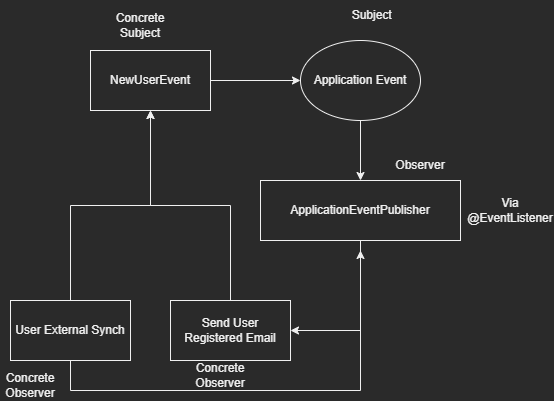
Before: ObserverPattern.png, a diagram exported from draw.io (MathewBravo/spring_framework_analysis). Source tidied: cells renumbered, new cells last; positions are measured from the earlier drawing's top-left corner, leaving out a move shared by most shapes.
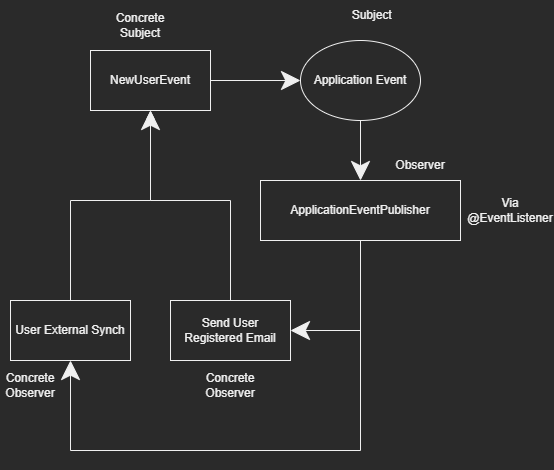
Above is the later version.

Change to the diagram source:
```diff
@@ -2,34 +2,38 @@
   <root>
     <mxCell id="0" />
     <mxCell id="1" parent="0" />
-    <mxCell id="2" style="edgeStyle=orthogonalEdgeStyle;rounded=0;jettySize=auto;html=1;" parent="1" edge="1" source="3" target="10">
+    <mxCell id="2" style="edgeStyle=orthogonalEdgeStyle;rounded=0;jettySize=auto;html=1;endSize=17;" parent="1" edge="1" source="3" target="10">
       <mxGeometry relative="1" as="geometry" />
     </mxCell>
     <mxCell id="3" value="NewUserEvent" style="rounded=0;whiteSpace=wrap;html=1;" parent="1" vertex="1">
       <mxGeometry x="90" y="50" width="120" height="60" as="geometry" />
     </mxCell>
-    <mxCell id="4" style="edgeStyle=orthogonalEdgeStyle;rounded=0;jettySize=auto;html=1;entryX=1;entryY=0.5;entryDx=0;entryDy=0;" parent="1" edge="1" source="5" target="13">
+    <mxCell id="4" style="edgeStyle=orthogonalEdgeStyle;rounded=0;jettySize=auto;html=1;entryX=1;entryY=0.5;entryDx=0;entryDy=0;endSize=17;" parent="1" edge="1" source="5" target="13">
       <mxGeometry relative="1" as="geometry" />
     </mxCell>
+    <mxCell id="19" style="edgeStyle=orthogonalEdgeStyle;rounded=0;jettySize=auto;html=1;entryX=0.5;entryY=1;entryDx=0;entryDy=0;endSize=17;" parent="1" edge="1" source="5" target="8">
+      <mxGeometry relative="1" as="geometry">
+        <Array as="points">
+          <mxPoint x="360" y="450" />
+          <mxPoint x="70" y="450" />
+        </Array>
+      </mxGeometry>
+    </mxCell>
     <mxCell id="5" value="ApplicationEventPublisher" style="rounded=0;whiteSpace=wrap;html=1;" parent="1" vertex="1">
       <mxGeometry x="260" y="180" width="200" height="60" as="geometry" />
     </mxCell>
-    <mxCell id="6" style="edgeStyle=orthogonalEdgeStyle;rounded=0;jettySize=auto;html=1;" parent="1" edge="1" source="8">
-      <mxGeometry relative="1" as="geometry">
-        <mxPoint x="360" y="250" as="targetPoint" />
-        <Array as="points">
-          <mxPoint x="70" y="390" />
-          <mxPoint x="360" y="390" />
-        </Array>
-      </mxGeometry>
-    </mxCell>
     <mxCell id="7" style="edgeStyle=orthogonalEdgeStyle;rounded=0;jettySize=auto;html=1;entryX=0.5;entryY=1;entryDx=0;entryDy=0;" parent="1" edge="1" source="8" target="3">
-      <mxGeometry relative="1" as="geometry" />
+      <mxGeometry relative="1" as="geometry">
+        <Array as="points">
+          <mxPoint x="70" y="200" />
+          <mxPoint x="150" y="200" />
+        </Array>
+      </mxGeometry>
     </mxCell>
     <mxCell id="8" value="User External Synch" style="rounded=0;whiteSpace=wrap;html=1;" parent="1" vertex="1">
       <mxGeometry x="10" y="300" width="120" height="60" as="geometry" />
     </mxCell>
-    <mxCell id="9" style="edgeStyle=orthogonalEdgeStyle;rounded=0;jettySize=auto;html=1;entryX=0.5;entryY=0;entryDx=0;entryDy=0;" parent="1" edge="1" source="10" target="5">
+    <mxCell id="9" style="edgeStyle=orthogonalEdgeStyle;rounded=0;jettySize=auto;html=1;entryX=0.5;entryY=0;entryDx=0;entryDy=0;endSize=17;" parent="1" edge="1" source="10" target="5">
       <mxGeometry relative="1" as="geometry" />
     </mxCell>
     <mxCell id="10" value="Application Event" style="ellipse;whiteSpace=wrap;html=1;" parent="1" vertex="1">
@@ -38,8 +42,13 @@
     <mxCell id="11" value="Via @EventListener" style="text;html=1;strokeColor=none;fillColor=none;align=center;verticalAlign=middle;whiteSpace=wrap;rounded=0;" parent="1" vertex="1">
       <mxGeometry x="480" y="195" width="60" height="30" as="geometry" />
     </mxCell>
-    <mxCell id="12" style="edgeStyle=orthogonalEdgeStyle;rounded=0;jettySize=auto;html=1;" parent="1" edge="1" source="13" target="3">
-      <mxGeometry relative="1" as="geometry" />
+    <mxCell id="12" style="edgeStyle=orthogonalEdgeStyle;rounded=0;jettySize=auto;html=1;endSize=17;" parent="1" edge="1" source="13" target="3">
+      <mxGeometry relative="1" as="geometry">
+        <Array as="points">
+          <mxPoint x="230" y="200" />
+          <mxPoint x="150" y="200" />
+        </Array>
+      </mxGeometry>
     </mxCell>
     <mxCell id="13" value="Send User Registered Email" style="rounded=0;whiteSpace=wrap;html=1;" parent="1" vertex="1">
       <mxGeometry x="170" y="300" width="120" height="60" as="geometry" />
@@ -54,7 +63,7 @@
       <mxGeometry y="370" width="60" height="30" as="geometry" />
     </mxCell>
     <mxCell id="17" value="Concrete Observer" style="text;html=1;strokeColor=none;fillColor=none;align=center;verticalAlign=middle;whiteSpace=wrap;rounded=0;" parent="1" vertex="1">
-      <mxGeometry x="190" y="360" width="60" height="30" as="geometry" />
+      <mxGeometry x="200" y="370" width="60" height="30" as="geometry" />
     </mxCell>
     <mxCell id="18" value="Observer" style="text;html=1;strokeColor=none;fillColor=none;align=center;verticalAlign=middle;whiteSpace=wrap;rounded=0;" parent="1" vertex="1">
       <mxGeometry x="390" y="150" width="60" height="30" as="geometry" />
```
